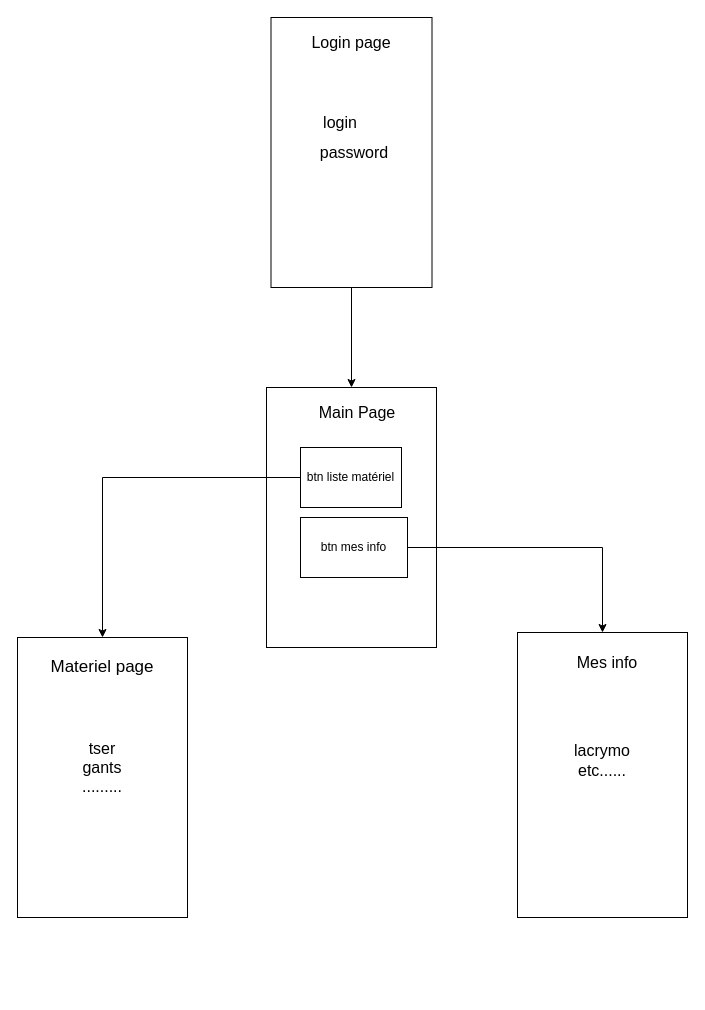
Earlier version of the draw.io diagram Untitled Diagram.drawio (Surimi115/MSPR_Generateur_HTML). Source tidied: cells renumbered, new cells numbered last; positions are measured from the earlier drawing's top-left corner, leaving out a move shared by most shapes. Both pictures are drawn from the tidied source at 100%, with x=0, y=0 at pixel (17, 17).
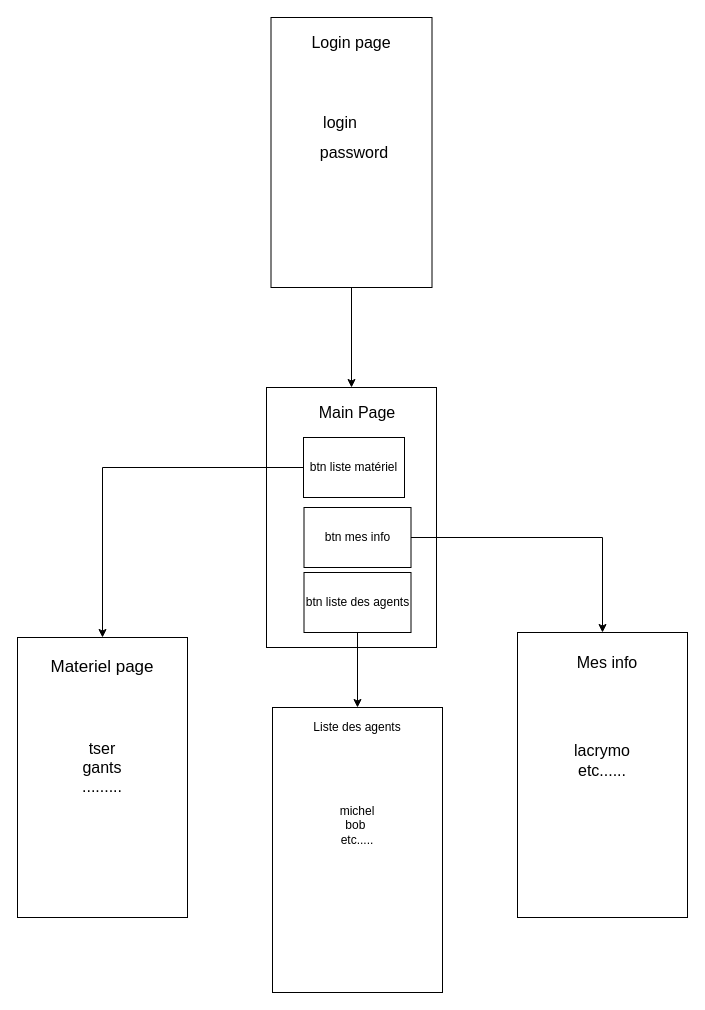
Above is the later version.

Commit message:
ajout liste agents

The change refers to these unchanged cells:
```xml
<mxCell id="7" style="rounded=0;whiteSpace=wrap;html=1;" parent="1" vertex="1">
  <mxGeometry y="620" width="170" height="280" as="geometry" />
</mxCell>
<mxCell id="16" style="rounded=0;whiteSpace=wrap;html=1;fontSize=16;" parent="1" vertex="1">
  <mxGeometry x="500" y="615" width="170" height="285" as="geometry" />
</mxCell>
```

Change to the diagram source:
```diff
@@
     <mxCell id="4" value="btn liste matériel" style="rounded=0;whiteSpace=wrap;html=1;" parent="1" vertex="1">
-      <mxGeometry x="283" y="430" width="101" height="60" as="geometry" />
+      <mxGeometry x="286" y="420" width="101" height="60" as="geometry" />
     </mxCell>
     <mxCell id="5" value="btn mes info" style="rounded=0;whiteSpace=wrap;html=1;" parent="1" vertex="1">
-      <mxGeometry x="283" y="500" width="107" height="60" as="geometry" />
+      <mxGeometry x="286.5" y="490" width="107" height="60" as="geometry" />
     </mxCell>
     <mxCell id="6" style="endArrow=classic;html=1;rounded=0;edgeStyle=orthogonalEdgeStyle;" parent="1" edge="1" source="4" target="7">
       <mxGeometry relative="1" as="geometry">
         <Array as="points">
-          <mxPoint x="85" y="460" />
+          <mxPoint x="85" y="450" />
         </Array>
       </mxGeometry>
     </mxCell>
@@
     <mxCell id="15" style="endArrow=classic;html=1;rounded=0;fontSize=16;exitX=1;exitY=0.5;exitDx=0;exitDy=0;" parent="1" edge="1" source="5" target="16">
       <mxGeometry relative="1" as="geometry">
         <Array as="points">
-          <mxPoint x="585" y="530" />
+          <mxPoint x="585" y="520" />
         </Array>
       </mxGeometry>
     </mxCell>
@@
+    <mxCell id="19" value="btn liste des agents" style="rounded=0;whiteSpace=wrap;html=1;" parent="1" vertex="1">
+      <mxGeometry x="286.5" y="555" width="107" height="60" as="geometry" />
+    </mxCell>
+    <mxCell id="20" style="endArrow=classic;html=1;rounded=0;exitX=0.5;exitY=1;exitDx=0;exitDy=0;entryX=0.5;entryY=0;entryDx=0;entryDy=0;" parent="1" edge="1" source="19" target="21">
+      <mxGeometry relative="1" as="geometry" />
+    </mxCell>
+    <mxCell id="21" style="rounded=0;whiteSpace=wrap;html=1;fontSize=16;" parent="1" vertex="1">
+      <mxGeometry x="255" y="690" width="170" height="285" as="geometry" />
+    </mxCell>
+    <mxCell id="22" value="Liste des agents" style="text;html=1;strokeColor=none;fillColor=none;align=center;verticalAlign=middle;whiteSpace=wrap;rounded=0;" parent="1" vertex="1">
+      <mxGeometry x="270" y="695" width="140" height="30" as="geometry" />
+    </mxCell>
+    <mxCell id="23" value="michel&lt;br&gt;bob&amp;nbsp;&lt;br&gt;etc....." style="text;html=1;strokeColor=none;fillColor=none;align=center;verticalAlign=middle;whiteSpace=wrap;rounded=0;" parent="1" vertex="1">
+      <mxGeometry x="287" y="745" width="106" height="125" as="geometry" />
+    </mxCell>
```
